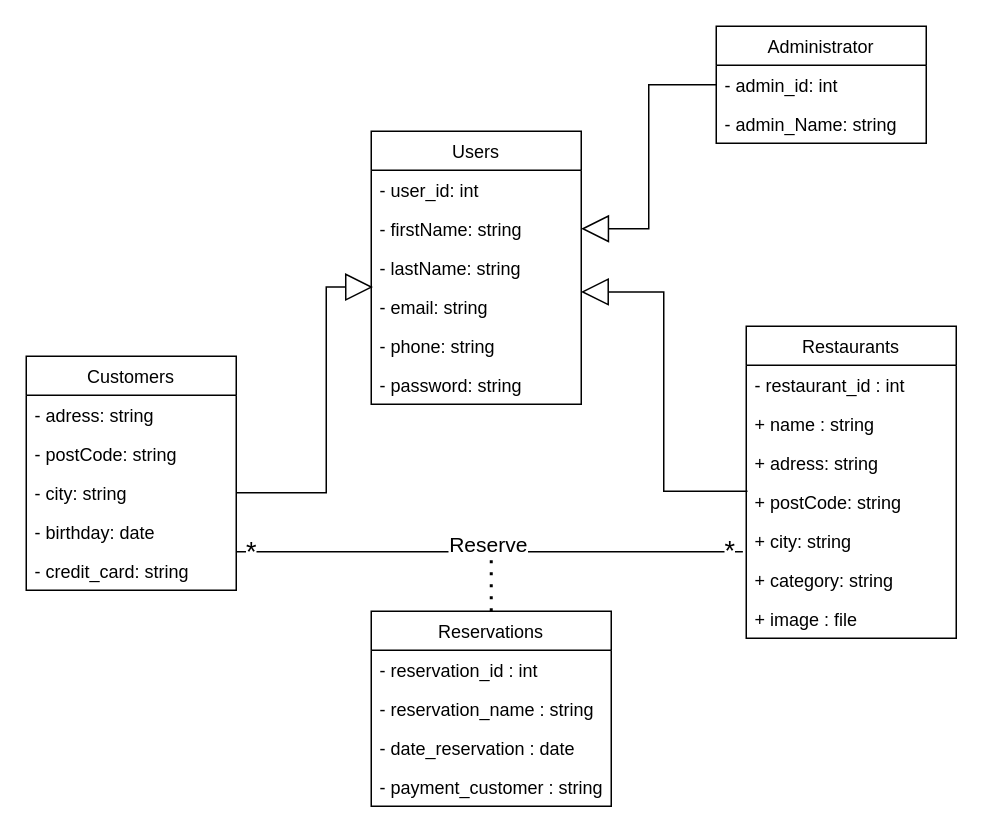
Before: Diagramme de classe UML.drawio in lucillctj/project-app-nodejs, a draw.io diagram. Source tidied: cells renumbered, new cells numbered last; positions are measured from the earlier drawing's top-left corner, leaving out a move shared by most shapes. Both pictures are drawn from the tidied source at 150%, with x=0, y=0 at pixel (26, 26).
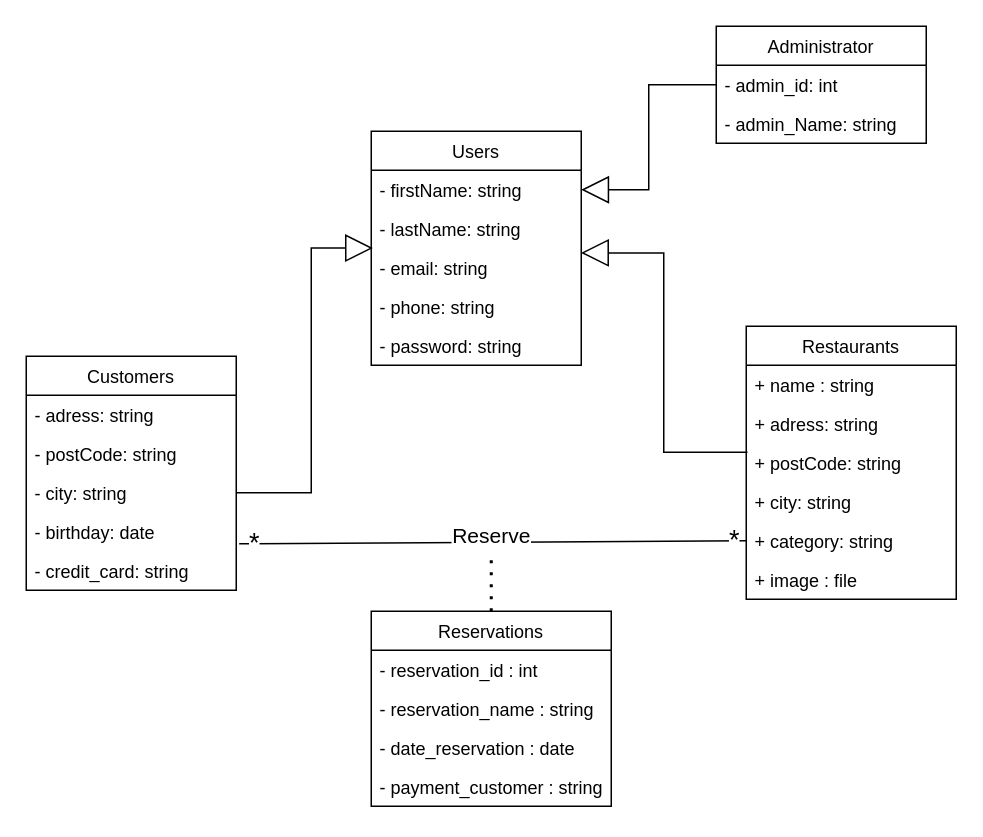
After the change.

Commit message:
Mettre à jour Diagramme de classe UML.drawio

The change refers to these unchanged cells:
```xml
<mxCell id="20" value="- city: string" style="text;strokeColor=none;fillColor=none;align=left;verticalAlign=top;spacingLeft=4;spacingRight=4;overflow=hidden;points=[[0,0.5],[1,0.5]];portConstraint=eastwest;" parent="17" vertex="1">
  <mxGeometry y="78" width="140" height="26" as="geometry" />
</mxCell>
<mxCell id="21" value="- birthday: date" style="text;strokeColor=none;fillColor=none;align=left;verticalAlign=top;spacingLeft=4;spacingRight=4;overflow=hidden;points=[[0,0.5],[1,0.5]];portConstraint=eastwest;" parent="17" vertex="1">
  <mxGeometry y="104" width="140" height="26" as="geometry" />
</mxCell>
<mxCell id="22" value="- credit_card: string" style="text;strokeColor=none;fillColor=none;align=left;verticalAlign=top;spacingLeft=4;spacingRight=4;overflow=hidden;points=[[0,0.5],[1,0.5]];portConstraint=eastwest;" parent="17" vertex="1">
  <mxGeometry y="130" width="140" height="26" as="geometry" />
</mxCell>
```

Change to the diagram source:
```diff
@@
     <mxCell id="2" value="Users" style="swimlane;fontStyle=0;horizontal=1;startSize=26;fillColor=none;" parent="1" vertex="1">
-      <mxGeometry x="230" y="70" width="140" height="182" as="geometry" />
+      <mxGeometry x="230" y="70" width="140" height="156" as="geometry" />
     </mxCell>
-    <mxCell id="3" value="- user_id: int&#10;" style="text;strokeColor=none;fillColor=none;align=left;verticalAlign=top;spacingLeft=4;spacingRight=4;overflow=hidden;" parent="2" vertex="1">
-      <mxGeometry y="26" width="140" height="26" as="geometry" />
-    </mxCell>
     <mxCell id="4" value="- firstName: string" style="text;strokeColor=none;fillColor=none;align=left;verticalAlign=top;spacingLeft=4;spacingRight=4;overflow=hidden;points=[[0,0.5],[1,0.5]];portConstraint=eastwest;" parent="2" vertex="1">
-      <mxGeometry y="52" width="140" height="26" as="geometry" />
+      <mxGeometry y="26" width="140" height="26" as="geometry" />
     </mxCell>
     <mxCell id="5" value="- lastName: string" style="text;strokeColor=none;fillColor=none;align=left;verticalAlign=top;spacingLeft=4;spacingRight=4;overflow=hidden;points=[[0,0.5],[1,0.5]];portConstraint=eastwest;" parent="2" vertex="1">
-      <mxGeometry y="78" width="140" height="26" as="geometry" />
+      <mxGeometry y="52" width="140" height="26" as="geometry" />
     </mxCell>
     <mxCell id="6" value="- email: string" style="text;strokeColor=none;fillColor=none;align=left;verticalAlign=top;spacingLeft=4;spacingRight=4;overflow=hidden;points=[[0,0.5],[1,0.5]];portConstraint=eastwest;" parent="2" vertex="1">
-      <mxGeometry y="104" width="140" height="26" as="geometry" />
+      <mxGeometry y="78" width="140" height="26" as="geometry" />
     </mxCell>
     <mxCell id="7" value="- phone: string" style="text;strokeColor=none;fillColor=none;align=left;verticalAlign=top;spacingLeft=4;spacingRight=4;overflow=hidden;" parent="2" vertex="1">
-      <mxGeometry y="130" width="140" height="26" as="geometry" />
+      <mxGeometry y="104" width="140" height="26" as="geometry" />
     </mxCell>
     <mxCell id="8" value="- password: string" style="text;strokeColor=none;fillColor=none;align=left;verticalAlign=top;spacingLeft=4;spacingRight=4;overflow=hidden;" parent="2" vertex="1">
-      <mxGeometry y="156" width="140" height="26" as="geometry" />
+      <mxGeometry y="130" width="140" height="26" as="geometry" />
     </mxCell>
     <mxCell id="9" value="Restaurants" style="swimlane;fontStyle=0;horizontal=1;startSize=26;fillColor=none;" parent="1" vertex="1">
-      <mxGeometry x="480" y="200" width="140" height="208" as="geometry" />
+      <mxGeometry x="480" y="200" width="140" height="182" as="geometry" />
     </mxCell>
-    <mxCell id="10" value="- restaurant_id : int" style="text;strokeColor=none;fillColor=none;align=left;verticalAlign=top;spacingLeft=4;spacingRight=4;overflow=hidden;" parent="9" vertex="1">
-      <mxGeometry y="26" width="140" height="26" as="geometry" />
-    </mxCell>
     <mxCell id="11" value="+ name : string" style="text;strokeColor=none;fillColor=none;align=left;verticalAlign=top;spacingLeft=4;spacingRight=4;overflow=hidden;" parent="9" vertex="1">
-      <mxGeometry y="52" width="140" height="26" as="geometry" />
+      <mxGeometry y="26" width="140" height="26" as="geometry" />
     </mxCell>
     <mxCell id="12" value="+ adress: string" style="text;strokeColor=none;fillColor=none;align=left;verticalAlign=top;spacingLeft=4;spacingRight=4;overflow=hidden;" parent="9" vertex="1">
-      <mxGeometry y="78" width="140" height="26" as="geometry" />
+      <mxGeometry y="52" width="140" height="26" as="geometry" />
     </mxCell>
     <mxCell id="13" value="+ postCode: string" style="text;strokeColor=none;fillColor=none;align=left;verticalAlign=top;spacingLeft=4;spacingRight=4;overflow=hidden;points=[[0,0.5],[1,0.5]];portConstraint=eastwest;" parent="9" vertex="1">
-      <mxGeometry y="104" width="140" height="26" as="geometry" />
+      <mxGeometry y="78" width="140" height="26" as="geometry" />
     </mxCell>
     <mxCell id="14" value="+ city: string" style="text;strokeColor=none;fillColor=none;align=left;verticalAlign=top;spacingLeft=4;spacingRight=4;overflow=hidden;points=[[0,0.5],[1,0.5]];portConstraint=eastwest;" parent="9" vertex="1">
-      <mxGeometry y="130" width="140" height="26" as="geometry" />
+      <mxGeometry y="104" width="140" height="26" as="geometry" />
     </mxCell>
     <mxCell id="15" value="+ category: string" style="text;strokeColor=none;fillColor=none;align=left;verticalAlign=top;spacingLeft=4;spacingRight=4;overflow=hidden;points=[[0,0.5],[1,0.5]];portConstraint=eastwest;" parent="9" vertex="1">
-      <mxGeometry y="156" width="140" height="26" as="geometry" />
+      <mxGeometry y="130" width="140" height="26" as="geometry" />
     </mxCell>
     <mxCell id="16" value="+ image : file" style="text;strokeColor=none;fillColor=none;align=left;verticalAlign=top;spacingLeft=4;spacingRight=4;overflow=hidden;" parent="9" vertex="1">
-      <mxGeometry y="182" width="140" height="26" as="geometry" />
+      <mxGeometry y="156" width="140" height="26" as="geometry" />
     </mxCell>
@@
     <mxCell id="27" style="endArrow=block;endSize=16;endFill=0;html=1;rounded=0;entryX=0.008;entryY=0.995;entryDx=0;entryDy=0;edgeStyle=orthogonalEdgeStyle;entryPerimeter=0;" parent="1" edge="1" source="20" target="5">
       <mxGeometry x="0.01" y="-20" relative="1" as="geometry">
         <Array as="points">
-          <mxPoint x="200" y="311" />
-          <mxPoint x="200" y="174" />
+          <mxPoint x="190" y="311" />
+          <mxPoint x="190" y="148" />
         </Array>
       </mxGeometry>
     </mxCell>
@@
-    <mxCell id="34" style="endArrow=none;html=1;rounded=0;exitX=0.999;exitY=0.012;exitDx=0;exitDy=0;exitPerimeter=0;entryX=-0.016;entryY=0.781;entryDx=0;entryDy=0;entryPerimeter=0;" parent="1" edge="1" source="22" target="14">
+    <mxCell id="34" style="endArrow=none;html=1;rounded=0;exitX=1.014;exitY=0.808;exitDx=0;exitDy=0;exitPerimeter=0;entryX=0;entryY=0.5;entryDx=0;entryDy=0;" parent="1" edge="1" source="21" target="15">
       <mxGeometry relative="1" as="geometry" />
     </mxCell>
```
